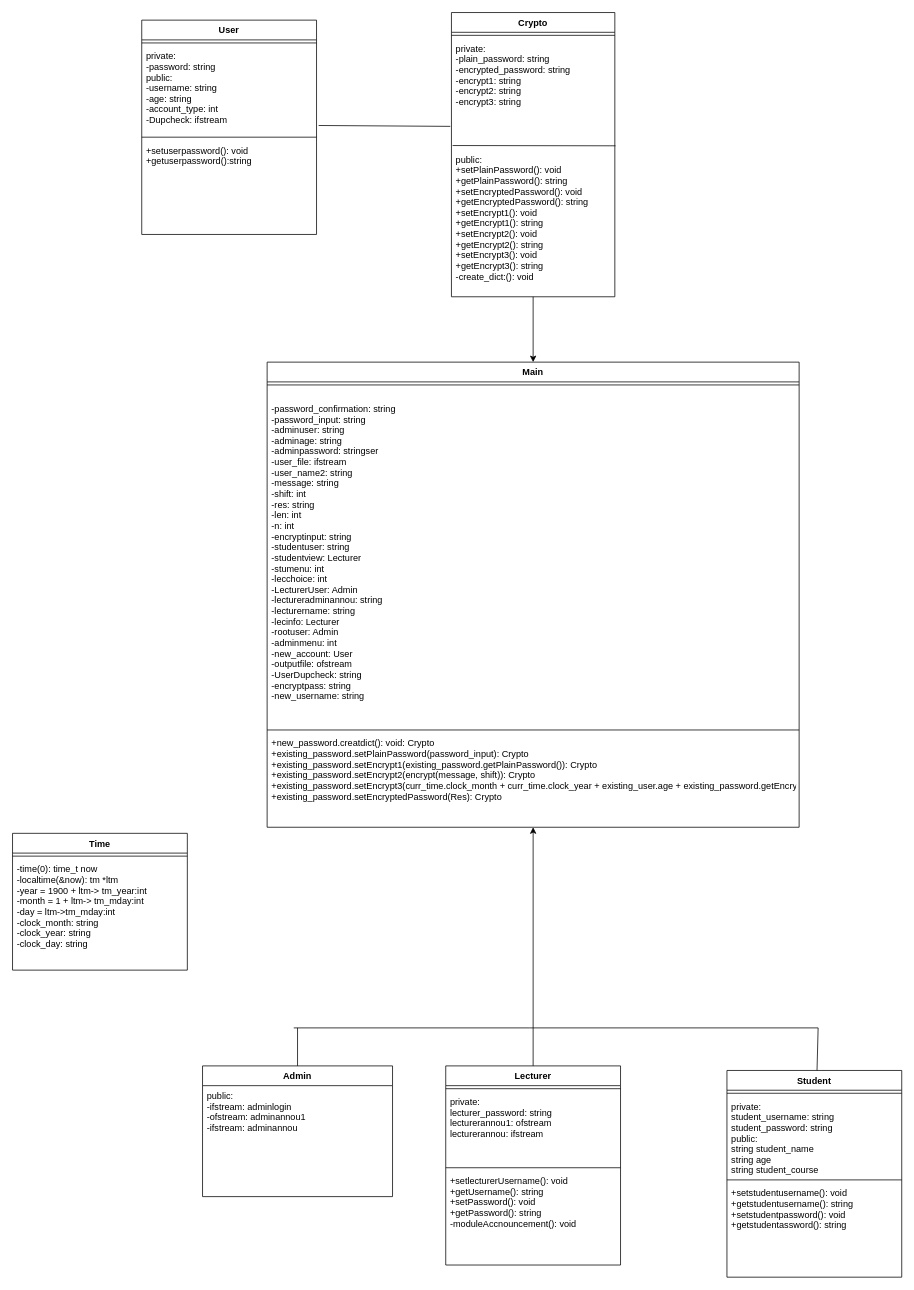
This is UML Design (MG)/SecureProgUML(30014095).drawio from mgreen01/Secure-Programming-Project, a draw.io file, before an edit. Source tidied: cells renumbered, new cells numbered last; positions are measured from the earlier drawing's top-left corner, leaving out a move shared by most shapes. Both pictures are drawn from the tidied source at 76%, with x=0, y=0 at pixel (12, 12).
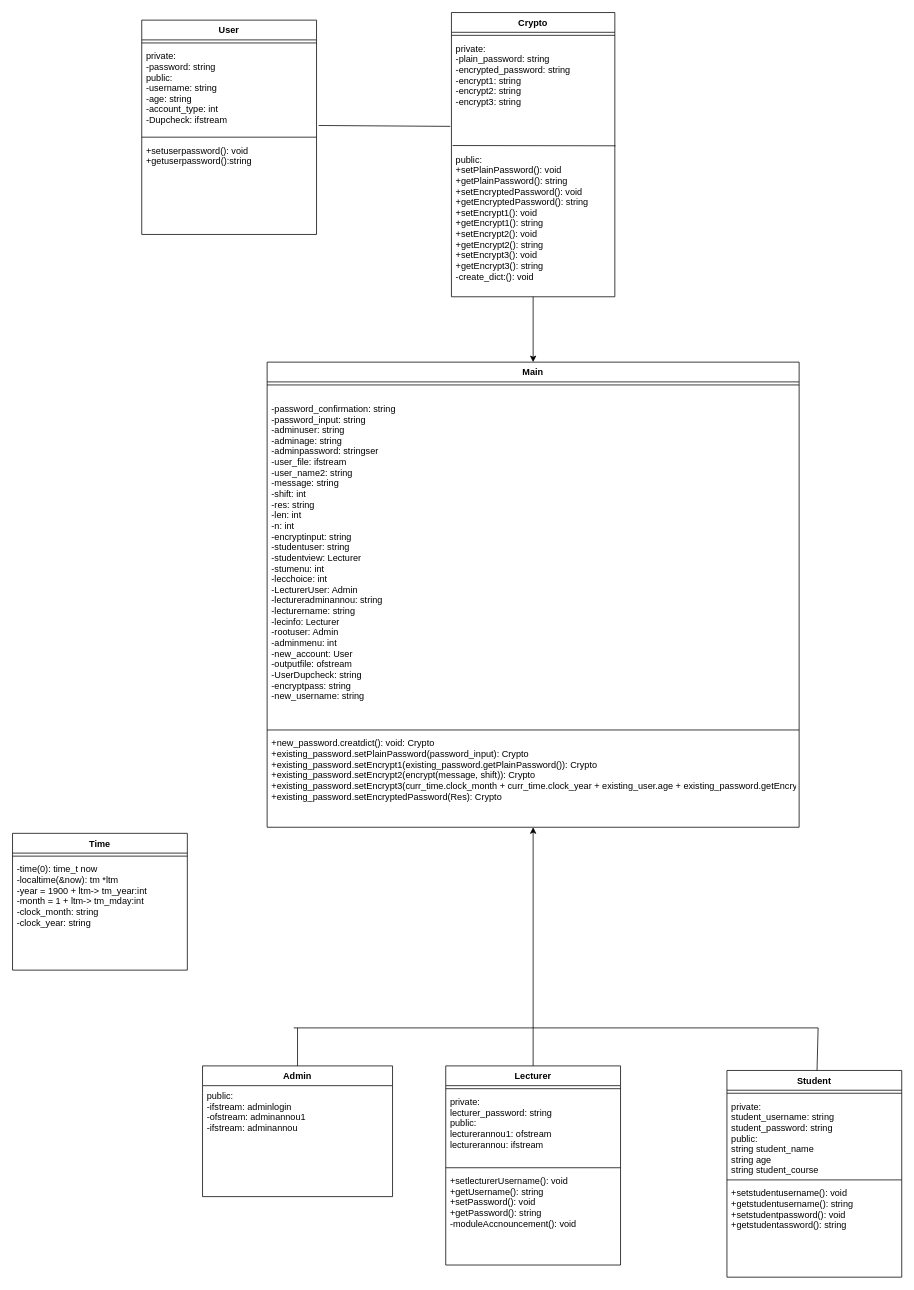
After the change.

Unchanged cells that the change refers to:
```xml
<mxCell id="12" value="Lecturer" style="swimlane;fontStyle=1;align=center;verticalAlign=top;horizontal=1;startSize=26;" parent="1" vertex="1">
  <mxGeometry x="570" y="1386" width="230" height="262" as="geometry" />
</mxCell>
<mxCell id="20" value="Time" style="swimlane;fontStyle=1;align=center;verticalAlign=top;horizontal=1;startSize=26;" parent="1" vertex="1">
  <mxGeometry y="1080" width="230" height="180" as="geometry" />
</mxCell>
```

Change to the diagram source:
```diff
@@
-    <mxCell id="14" value="private:&#10;lecturer_password: string&#10;lecturerannou1: ofstream&#10;lecturerannou: ifstream&#10;" style="text;strokeColor=none;fillColor=none;align=left;verticalAlign=top;spacingLeft=4;spacingRight=4;overflow=hidden;" parent="12" vertex="1">
+    <mxCell id="14" value="private:&#10;lecturer_password: string&#10;public:&#10;lecturerannou1: ofstream&#10;lecturerannou: ifstream&#10;" style="text;strokeColor=none;fillColor=none;align=left;verticalAlign=top;spacingLeft=4;spacingRight=4;overflow=hidden;" parent="12" vertex="1">
       <mxGeometry y="34" width="230" height="96" as="geometry" />
     </mxCell>
@@
-    <mxCell id="22" value="-time(0): time_t now&#10;-localtime(&amp;now): tm *ltm&#10;-year = 1900 + ltm-&gt; tm_year:int&#10;-month = 1 + ltm-&gt; tm_mday:int&#10;-day = ltm-&gt;tm_mday:int&#10;-clock_month: string&#10;-clock_year: string&#10;-clock_day: string&#10;&#10;&#10;" style="text;strokeColor=none;fillColor=none;align=left;verticalAlign=top;spacingLeft=4;spacingRight=4;overflow=hidden;" parent="20" vertex="1">
+    <mxCell id="22" value="-time(0): time_t now&#10;-localtime(&amp;now): tm *ltm&#10;-year = 1900 + ltm-&gt; tm_year:int&#10;-month = 1 + ltm-&gt; tm_mday:int&#10;-clock_month: string&#10;-clock_year: string&#10;&#10;&#10;" style="text;strokeColor=none;fillColor=none;align=left;verticalAlign=top;spacingLeft=4;spacingRight=4;overflow=hidden;" parent="20" vertex="1">
       <mxGeometry y="34" width="230" height="146" as="geometry" />
     </mxCell>
```
